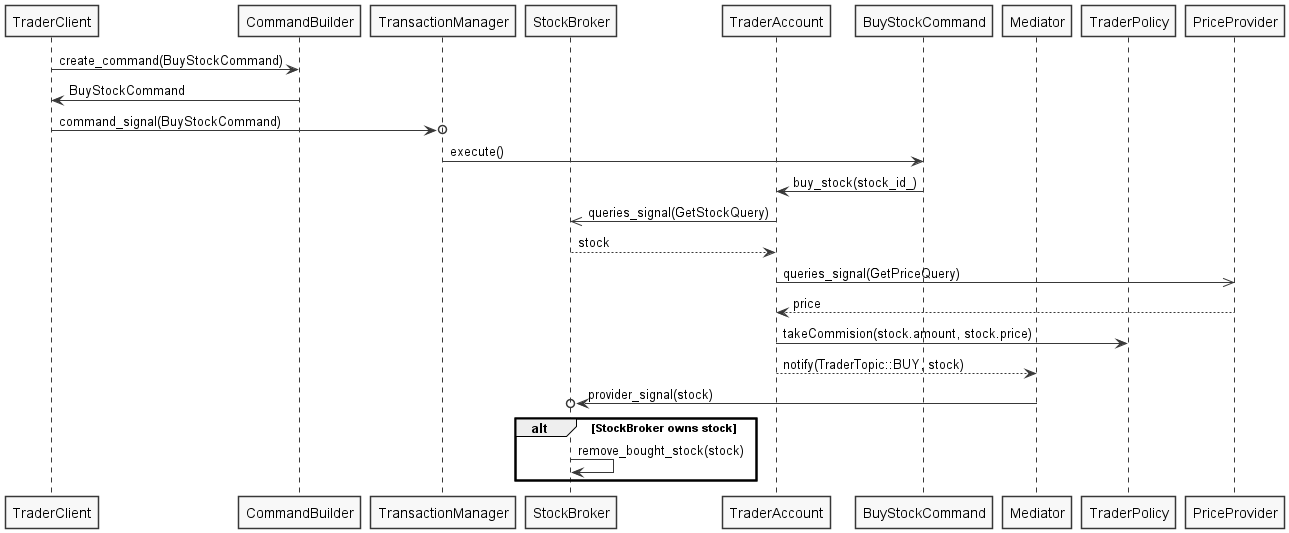
Before: stock-market-seq (BUY)/StockMarketSequenceDiagramBuy.png, a diagram exported from PlantUML (MarcusGasberg/apk_stock_market).
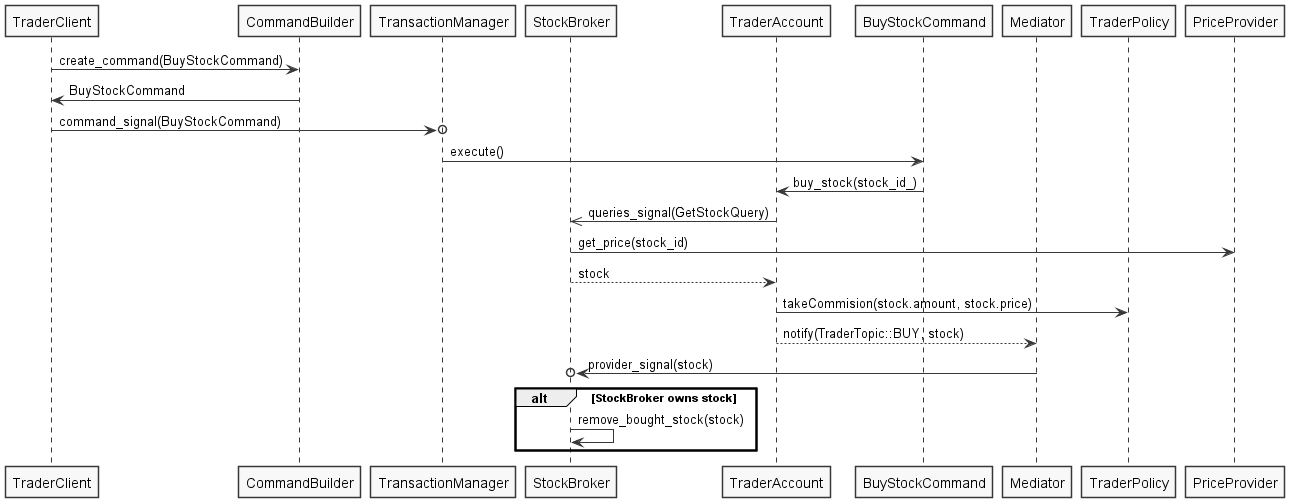
The same file after the commit.

The edit, as a diff of the source:
```diff
@@ -18,9 +18,8 @@
 TransactionManager -> BuyStockCommand: execute()
 BuyStockCommand -> TraderAccount: buy_stock(stock_id_)
 TraderAccount ->> StockBroker: queries_signal(GetStockQuery)
+StockBroker -> PriceProvider: get_price(stock_id)
 StockBroker --> TraderAccount: stock
-TraderAccount ->> PriceProvider: queries_signal(GetPriceQuery)
-PriceProvider --> TraderAccount: price
 TraderAccount -> TraderPolicy: takeCommision(stock.amount, stock.price)
 TraderAccount --> Mediator: notify(TraderTopic::BUY, stock)
 Mediator ->o StockBroker: provider_signal(stock)
```
